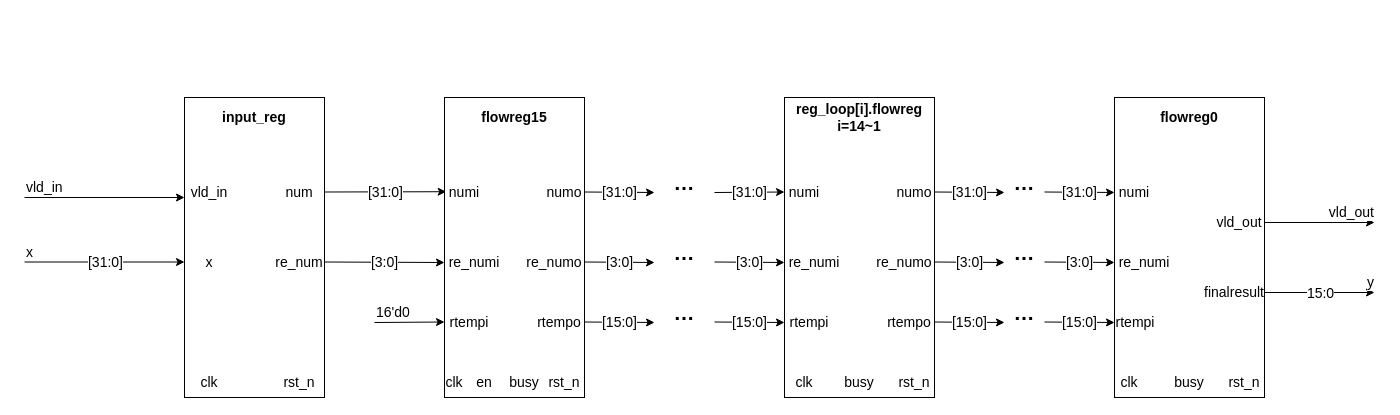
This is square_root_arch.drawio from Katharine-0331/files, a draw.io file, before an edit. Source tidied: cells renumbered, new cells numbered last; positions are measured from the earlier drawing's top-left corner, leaving out a move shared by most shapes. Both pictures are drawn from the tidied source at 100%, with x=0, y=0 at pixel (24, 97).
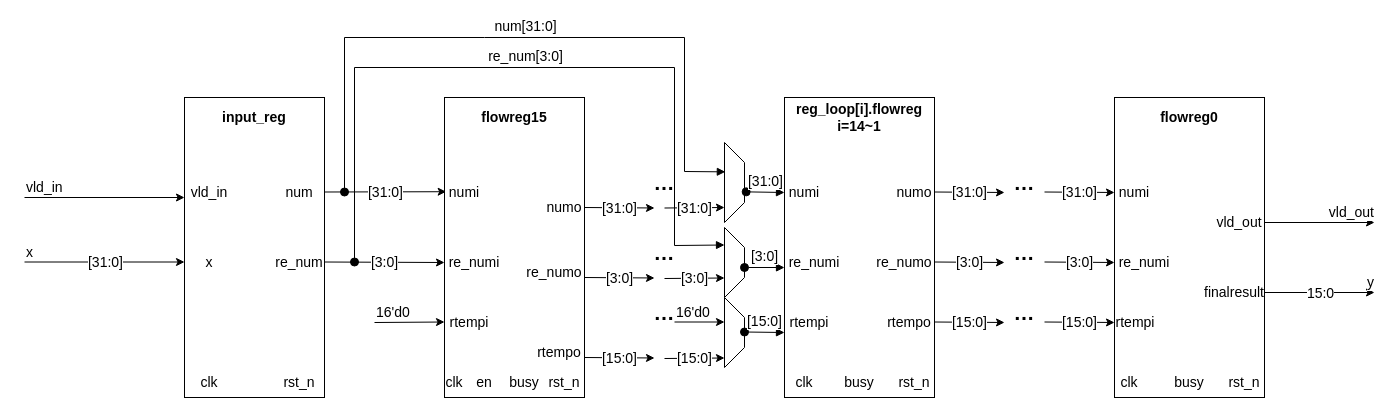
Above is the later version.

What changed in the source:
```diff
@@
     <mxCell id="27" value="numo" style="text;html=1;strokeColor=none;fillColor=none;align=center;verticalAlign=middle;whiteSpace=wrap;rounded=0;fontSize=14;" parent="1" vertex="1">
-      <mxGeometry x="510" y="80" width="60" height="30" as="geometry" />
+      <mxGeometry x="510" y="95" width="60" height="30" as="geometry" />
     </mxCell>
     <mxCell id="28" value="re_numo" style="text;html=1;strokeColor=none;fillColor=none;align=center;verticalAlign=middle;whiteSpace=wrap;rounded=0;fontSize=14;" parent="1" vertex="1">
-      <mxGeometry x="500" y="150" width="60" height="30" as="geometry" />
+      <mxGeometry x="500" y="160" width="60" height="30" as="geometry" />
     </mxCell>
     <mxCell id="29" value="rtempo" style="text;html=1;strokeColor=none;fillColor=none;align=center;verticalAlign=middle;whiteSpace=wrap;rounded=0;fontSize=14;" parent="1" vertex="1">
-      <mxGeometry x="505" y="210" width="60" height="30" as="geometry" />
+      <mxGeometry x="505" y="240" width="60" height="30" as="geometry" />
     </mxCell>
@@
     <mxCell id="44" style="endArrow=classic;html=1;rounded=0;fontSize=14;" parent="1" edge="1">
       <mxGeometry relative="1" as="geometry">
-        <mxPoint x="560" y="94.5" as="sourcePoint" />
-        <mxPoint x="630" y="95" as="targetPoint" />
+        <mxPoint x="560" y="110" as="sourcePoint" />
+        <mxPoint x="630" y="110.5" as="targetPoint" />
       </mxGeometry>
     </mxCell>
@@
     <mxCell id="46" style="endArrow=classic;html=1;rounded=0;fontSize=14;" parent="1" edge="1">
       <mxGeometry relative="1" as="geometry">
-        <mxPoint x="560" y="164.5" as="sourcePoint" />
-        <mxPoint x="630" y="165" as="targetPoint" />
+        <mxPoint x="560" y="180" as="sourcePoint" />
+        <mxPoint x="630" y="180.5" as="targetPoint" />
       </mxGeometry>
     </mxCell>
@@
     <mxCell id="48" style="endArrow=classic;html=1;rounded=0;fontSize=14;" parent="1" edge="1">
       <mxGeometry relative="1" as="geometry">
-        <mxPoint x="560" y="224.5" as="sourcePoint" />
-        <mxPoint x="630" y="225" as="targetPoint" />
+        <mxPoint x="560" y="260" as="sourcePoint" />
+        <mxPoint x="630" y="260.5" as="targetPoint" />
       </mxGeometry>
     </mxCell>
@@
-    <mxCell id="50" style="endArrow=classic;html=1;rounded=0;fontSize=14;" parent="1" edge="1">
-      <mxGeometry relative="1" as="geometry">
-        <mxPoint x="690" y="95" as="sourcePoint" />
-        <mxPoint x="760" y="94.5" as="targetPoint" />
-      </mxGeometry>
-    </mxCell>
-    <mxCell id="51" value="[31:0]" style="edgeLabel;html=1;align=center;verticalAlign=middle;fontSize=14;" parent="50" vertex="1">
-      <mxGeometry relative="1" as="geometry" />
-    </mxCell>
-    <mxCell id="52" style="endArrow=classic;html=1;rounded=0;fontSize=14;" parent="1" edge="1">
-      <mxGeometry relative="1" as="geometry">
-        <mxPoint x="690" y="164.5" as="sourcePoint" />
-        <mxPoint x="760" y="165" as="targetPoint" />
-      </mxGeometry>
-    </mxCell>
-    <mxCell id="53" value="[3:0]" style="edgeLabel;html=1;align=center;verticalAlign=middle;fontSize=14;" parent="52" vertex="1">
-      <mxGeometry relative="1" as="geometry" />
-    </mxCell>
-    <mxCell id="54" style="endArrow=classic;html=1;rounded=0;fontSize=14;" parent="1" edge="1">
-      <mxGeometry relative="1" as="geometry">
-        <mxPoint x="690" y="224.5" as="sourcePoint" />
-        <mxPoint x="760" y="225" as="targetPoint" />
-      </mxGeometry>
-    </mxCell>
-    <mxCell id="55" value="[15:0]" style="edgeLabel;html=1;align=center;verticalAlign=middle;fontSize=14;" parent="54" vertex="1">
-      <mxGeometry relative="1" as="geometry" />
-    </mxCell>
     <mxCell id="56" value="&lt;b&gt;&lt;font style=&quot;font-size: 21px;&quot;&gt;…&lt;/font&gt;&lt;/b&gt;" style="text;html=1;strokeColor=none;fillColor=none;align=center;verticalAlign=middle;whiteSpace=wrap;rounded=0;fontSize=14;" parent="1" vertex="1">
-      <mxGeometry x="630" y="70" width="60" height="30" as="geometry" />
+      <mxGeometry x="610" y="70" width="60" height="30" as="geometry" />
     </mxCell>
     <mxCell id="57" value="&lt;b&gt;&lt;font style=&quot;font-size: 21px;&quot;&gt;…&lt;/font&gt;&lt;/b&gt;" style="text;html=1;strokeColor=none;fillColor=none;align=center;verticalAlign=middle;whiteSpace=wrap;rounded=0;fontSize=14;" parent="1" vertex="1">
-      <mxGeometry x="630" y="140" width="60" height="30" as="geometry" />
+      <mxGeometry x="610" y="140" width="60" height="30" as="geometry" />
     </mxCell>
     <mxCell id="58" value="&lt;b&gt;&lt;font style=&quot;font-size: 21px;&quot;&gt;…&lt;/font&gt;&lt;/b&gt;" style="text;html=1;strokeColor=none;fillColor=none;align=center;verticalAlign=middle;whiteSpace=wrap;rounded=0;fontSize=14;" parent="1" vertex="1">
-      <mxGeometry x="630" y="200" width="60" height="30" as="geometry" />
+      <mxGeometry x="610" y="200" width="60" height="30" as="geometry" />
     </mxCell>
@@
+    <mxCell id="89" style="shape=trapezoid;perimeter=trapezoidPerimeter;whiteSpace=wrap;html=1;fixedSize=1;fontSize=14;direction=south;" parent="1" vertex="1">
+      <mxGeometry x="700" y="45" width="20" height="80" as="geometry" />
+    </mxCell>
+    <mxCell id="90" style="endArrow=classic;html=1;rounded=0;fontSize=14;" parent="1" edge="1">
+      <mxGeometry relative="1" as="geometry">
+        <mxPoint x="640" y="110.5" as="sourcePoint" />
+        <mxPoint x="700" y="110" as="targetPoint" />
+      </mxGeometry>
+    </mxCell>
+    <mxCell id="51" value="[31:0]" style="edgeLabel;html=1;align=center;verticalAlign=middle;fontSize=14;" parent="90" vertex="1">
+      <mxGeometry relative="1" as="geometry" />
+    </mxCell>
+    <mxCell id="91" value="num[31:0]" style="html=1;verticalAlign=bottom;startArrow=oval;startFill=1;endArrow=block;startSize=8;rounded=0;fontSize=14;entryX=0.367;entryY=0.958;entryDx=0;entryDy=0;entryPerimeter=0;" parent="1" edge="1" target="89">
+      <mxGeometry relative="1" as="geometry">
+        <mxPoint x="320" y="94.5" as="sourcePoint" />
+        <Array as="points">
+          <mxPoint x="320" y="-60" />
+          <mxPoint x="460" y="-60" />
+          <mxPoint x="660" y="-60" />
+          <mxPoint x="660" y="74" />
+        </Array>
+      </mxGeometry>
+    </mxCell>
+    <mxCell id="92" value="[31:0]" style="html=1;verticalAlign=bottom;startArrow=oval;startFill=1;endArrow=block;startSize=8;rounded=0;fontSize=14;exitX=0.617;exitY=-0.083;exitDx=0;exitDy=0;exitPerimeter=0;" parent="1" edge="1" source="89">
+      <mxGeometry relative="1" as="geometry">
+        <mxPoint x="760" y="95" as="targetPoint" />
+      </mxGeometry>
+    </mxCell>
+    <mxCell id="93" style="shape=trapezoid;perimeter=trapezoidPerimeter;whiteSpace=wrap;html=1;fixedSize=1;fontSize=14;direction=south;" parent="1" vertex="1">
+      <mxGeometry x="700" y="130" width="20" height="70" as="geometry" />
+    </mxCell>
+    <mxCell id="94" style="shape=trapezoid;perimeter=trapezoidPerimeter;whiteSpace=wrap;html=1;fixedSize=1;fontSize=14;direction=south;" parent="1" vertex="1">
+      <mxGeometry x="700" y="200" width="20" height="70" as="geometry" />
+    </mxCell>
+    <mxCell id="95" style="endArrow=classic;html=1;rounded=0;fontSize=14;" parent="1" edge="1">
+      <mxGeometry relative="1" as="geometry">
+        <mxPoint x="640" y="181" as="sourcePoint" />
+        <mxPoint x="700" y="180.5" as="targetPoint" />
+      </mxGeometry>
+    </mxCell>
+    <mxCell id="53" value="[3:0]" style="edgeLabel;html=1;align=center;verticalAlign=middle;fontSize=14;" parent="95" vertex="1">
+      <mxGeometry relative="1" as="geometry" />
+    </mxCell>
+    <mxCell id="96" style="endArrow=classic;html=1;rounded=0;fontSize=14;" parent="1" edge="1">
+      <mxGeometry relative="1" as="geometry">
+        <mxPoint x="640" y="261" as="sourcePoint" />
+        <mxPoint x="700" y="260.5" as="targetPoint" />
+      </mxGeometry>
+    </mxCell>
+    <mxCell id="55" value="[15:0]" style="edgeLabel;html=1;align=center;verticalAlign=middle;fontSize=14;" parent="96" vertex="1">
+      <mxGeometry relative="1" as="geometry" />
+    </mxCell>
+    <mxCell id="97" value="[3:0]" style="html=1;verticalAlign=bottom;startArrow=oval;startFill=1;endArrow=block;startSize=8;rounded=0;fontSize=14;" parent="1" edge="1">
+      <mxGeometry relative="1" as="geometry">
+        <mxPoint x="720" y="170" as="sourcePoint" />
+        <mxPoint x="760" y="170" as="targetPoint" />
+      </mxGeometry>
+    </mxCell>
+    <mxCell id="98" value="[15:0]" style="html=1;verticalAlign=bottom;startArrow=oval;startFill=1;endArrow=block;startSize=8;rounded=0;fontSize=14;" parent="1" edge="1">
+      <mxGeometry relative="1" as="geometry">
+        <mxPoint x="720" y="234.5" as="sourcePoint" />
+        <mxPoint x="760" y="235" as="targetPoint" />
+      </mxGeometry>
+    </mxCell>
+    <mxCell id="99" value="re_num[3:0]" style="html=1;verticalAlign=bottom;startArrow=oval;startFill=1;endArrow=block;startSize=8;rounded=0;fontSize=14;entryX=0.25;entryY=1;entryDx=0;entryDy=0;" parent="1" edge="1" target="93">
+      <mxGeometry x="-0.02" relative="1" as="geometry">
+        <mxPoint x="330" y="164.5" as="sourcePoint" />
+        <Array as="points">
+          <mxPoint x="330" y="-30" />
+          <mxPoint x="650" y="-30" />
+          <mxPoint x="650" y="148" />
+        </Array>
+        <mxPoint x="1" as="offset" />
+      </mxGeometry>
+    </mxCell>
+    <mxCell id="100" style="endArrow=classic;html=1;rounded=0;fontSize=14;" parent="1" edge="1">
+      <mxGeometry relative="1" as="geometry">
+        <mxPoint x="650" y="224.5" as="sourcePoint" />
+        <mxPoint x="700" y="224.5" as="targetPoint" />
+      </mxGeometry>
+    </mxCell>
+    <mxCell id="101" value="16'd0" style="edgeLabel;html=1;align=left;verticalAlign=bottom;fontSize=14;" parent="100" vertex="1">
+      <mxGeometry x="-1" relative="1" as="geometry" />
+    </mxCell>
```
